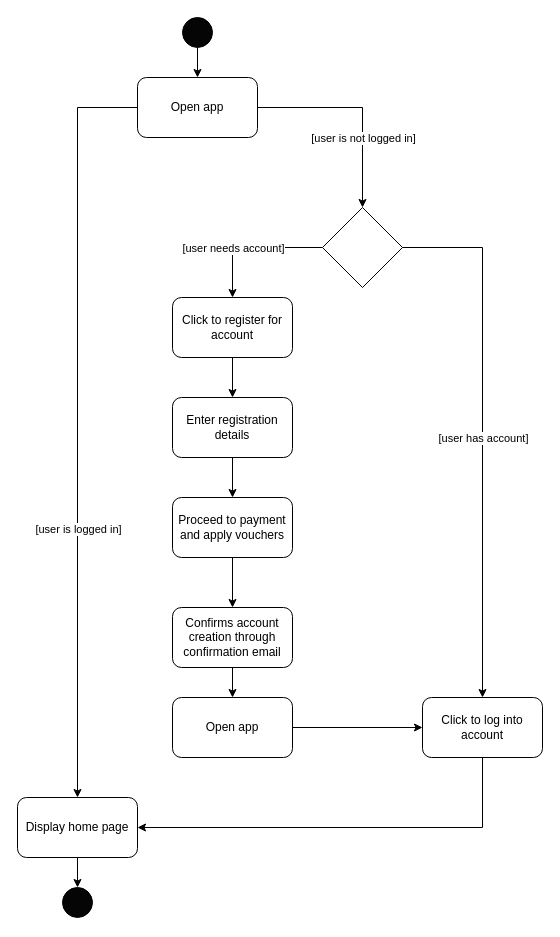
Earlier version of the draw.io diagram ActivityDiagram_UserLoginRegistrationPayment.drawio (ahammond3aws/DC2SEN). Source tidied: cells renumbered, new cells numbered last; positions are measured from the earlier drawing's top-left corner, leaving out a move shared by most shapes. Both pictures are drawn from the tidied source at 100%, with x=0, y=0 at pixel (17, 17).
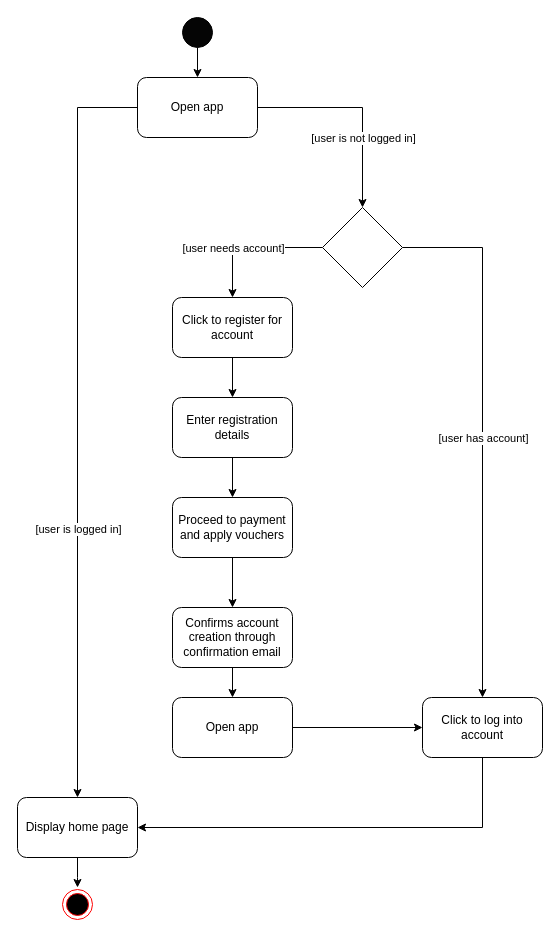
The same page after the edit.

The change refers to these unchanged cells:
```xml
<mxCell id="10" value="Display home page" style="rounded=1;whiteSpace=wrap;html=1;fillColor=#FFFFFF;" parent="1" vertex="1">
  <mxGeometry y="780" width="120" height="60" as="geometry" />
</mxCell>
```

Diff of the diagram source:
```diff
@@
-    <mxCell id="9" style="edgeStyle=orthogonalEdgeStyle;rounded=0;jettySize=auto;html=1;" parent="1" edge="1" source="10" target="28">
-      <mxGeometry relative="1" as="geometry" />
+    <mxCell id="9" style="edgeStyle=orthogonalEdgeStyle;rounded=0;jettySize=auto;html=1;" parent="1" edge="1" source="10">
+      <mxGeometry relative="1" as="geometry">
+        <mxPoint x="60" y="870" as="targetPoint" />
+      </mxGeometry>
     </mxCell>
@@
-    <mxCell id="28" style="ellipse;whiteSpace=wrap;html=1;direction=east;fillColor=#050505;" parent="1" vertex="1">
-      <mxGeometry x="45" y="870" width="30" height="30" as="geometry" />
-    </mxCell>
+    <mxCell id="29" style="ellipse;html=1;shape=endState;fillColor=#000000;strokeColor=#ff0000;" parent="1" vertex="1">
+      <mxGeometry x="45" y="872" width="30" height="30" as="geometry" />
+    </mxCell>
```
